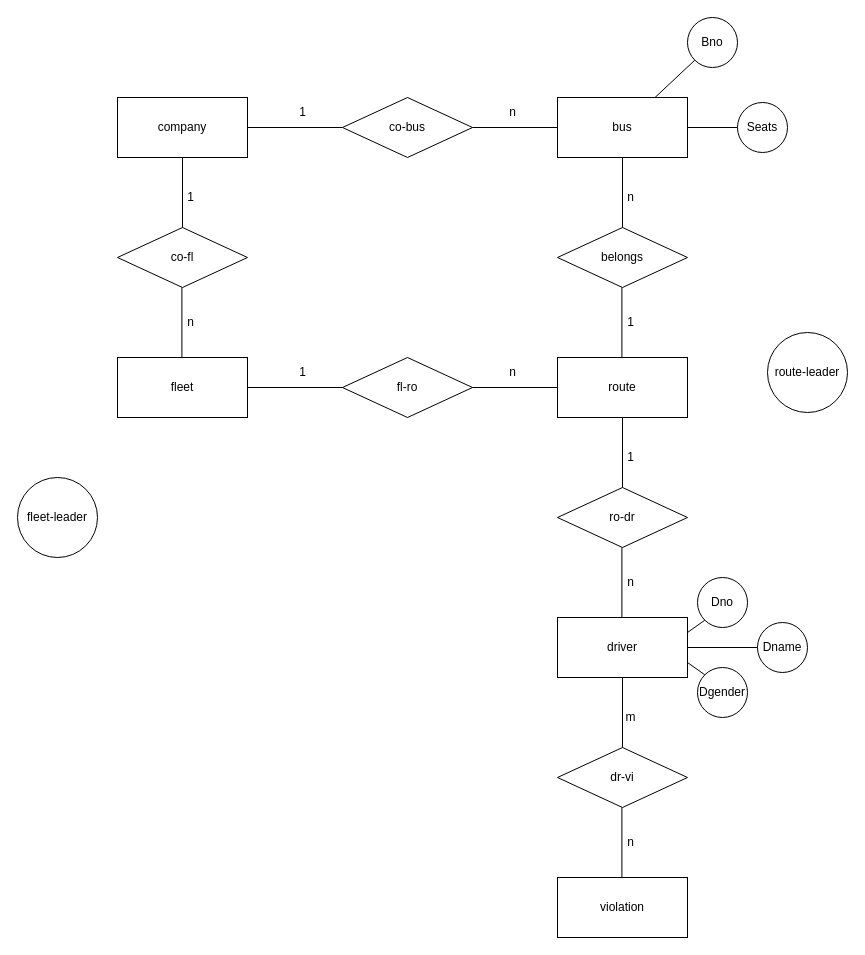
Before: ERD.drawio in GodHu777777/BusManageSystem, a draw.io diagram. Source tidied: cells renumbered, new cells numbered last; positions are measured from the earlier drawing's top-left corner, leaving out a move shared by most shapes. Both pictures are drawn from the tidied source at 100%, with x=0, y=0 at pixel (17, 17).
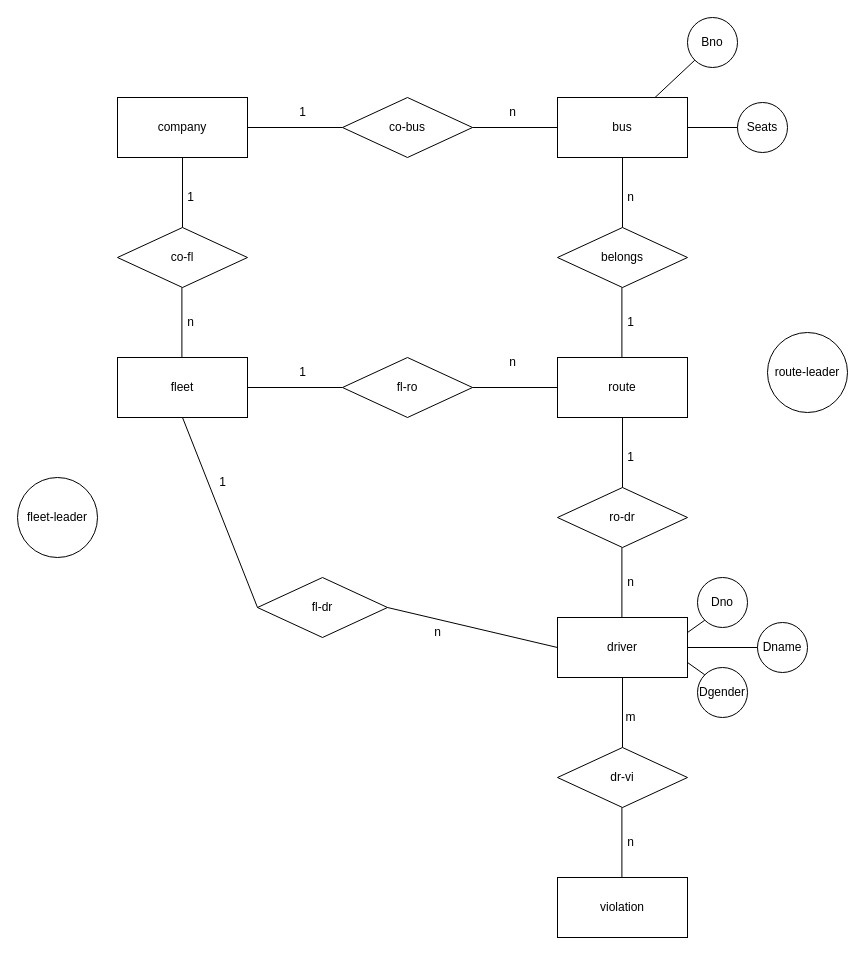
Above is the later version.

Unchanged cells that the change refers to:
```xml
<mxCell id="4" value="fleet" style="rounded=0;whiteSpace=wrap;html=1;" parent="1" vertex="1">
  <mxGeometry x="100" y="340" width="130" height="60" as="geometry" />
</mxCell>
<mxCell id="27" value="driver" style="rounded=0;whiteSpace=wrap;html=1;" parent="1" vertex="1">
  <mxGeometry x="540" y="600" width="130" height="60" as="geometry" />
</mxCell>
```

Diff of the diagram source:
```diff
@@
     <mxCell id="14" value="n" style="text;html=1;align=center;verticalAlign=middle;strokeColor=none;fillColor=none;" parent="1" vertex="1">
-      <mxGeometry x="480" y="340" width="30" height="30" as="geometry" />
+      <mxGeometry x="480" y="330" width="30" height="30" as="geometry" />
     </mxCell>
@@
+    <mxCell id="50" style="edgeStyle=none;html=1;exitX=0.5;exitY=1;exitDx=0;exitDy=0;entryX=0;entryY=0.5;entryDx=0;entryDy=0;endArrow=none;" parent="1" edge="1" source="4" target="51">
+      <mxGeometry relative="1" as="geometry" />
+    </mxCell>
+    <mxCell id="51" value="fl-dr" style="rhombus;whiteSpace=wrap;html=1;" parent="1" vertex="1">
+      <mxGeometry x="240" y="560" width="130" height="60" as="geometry" />
+    </mxCell>
+    <mxCell id="52" value="1" style="text;html=1;align=center;verticalAlign=middle;strokeColor=none;fillColor=none;" parent="1" vertex="1">
+      <mxGeometry x="190" y="450" width="30" height="30" as="geometry" />
+    </mxCell>
+    <mxCell id="53" value="n" style="text;html=1;align=center;verticalAlign=middle;strokeColor=none;fillColor=none;" parent="1" vertex="1">
+      <mxGeometry x="405" y="600" width="30" height="30" as="geometry" />
+    </mxCell>
+    <mxCell id="54" style="edgeStyle=none;html=1;exitX=1;exitY=0.5;exitDx=0;exitDy=0;entryX=0;entryY=0.5;entryDx=0;entryDy=0;endArrow=none;" parent="1" edge="1" source="51" target="27">
+      <mxGeometry relative="1" as="geometry" />
+    </mxCell>
```
